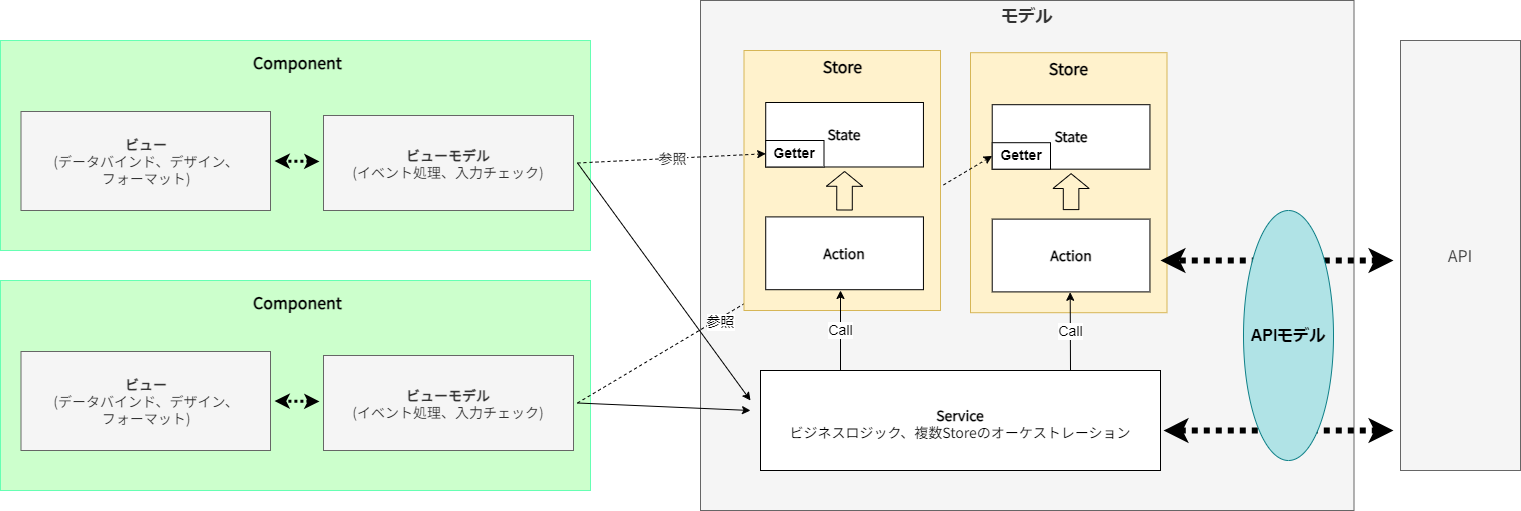
This is documents/contents/images/app-architecture/client-side-rendering/model-component-light.png from AlesInfiny/maris, a draw.io export, as it was before one commit. Source tidied: cells renumbered, new cells last; positions are measured from the earlier drawing's top-left corner, leaving out a move shared by most shapes.
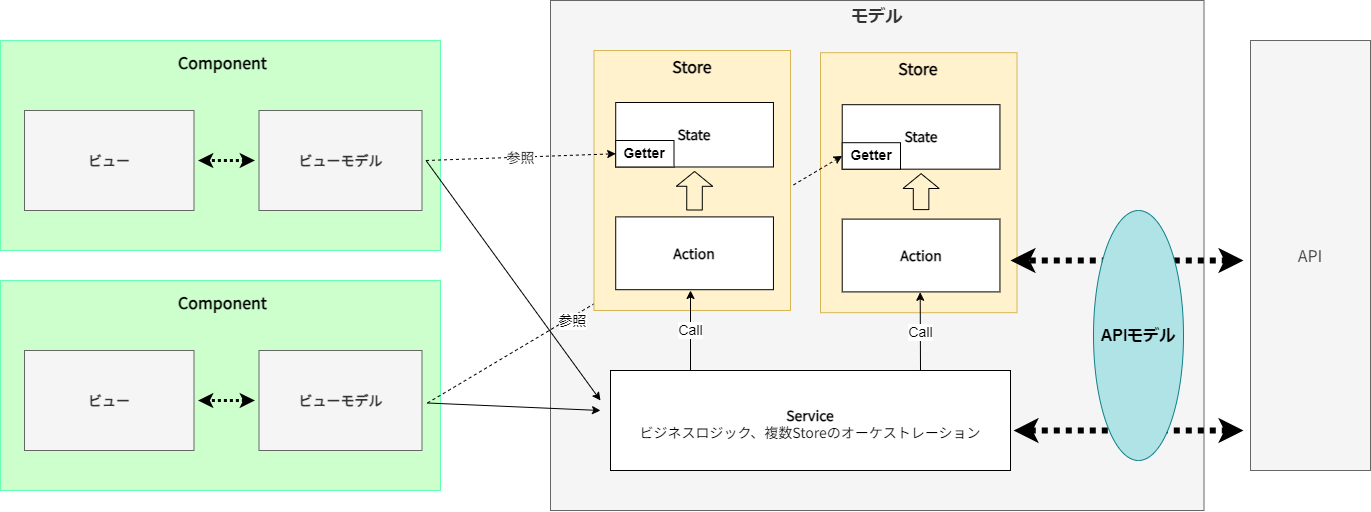
Later version of the same file.

Commit message:
モデルの詳細化に伴い他部分を縮小化

What changed in the source:
```diff
@@ -3,7 +3,7 @@
     <mxCell id="0" />
     <mxCell id="1" parent="0" />
     <mxCell id="2" value="Component" style="rounded=0;whiteSpace=wrap;html=1;align=center;spacingLeft=5;fillColor=#CCFFCC;fontColor=#000000;strokeColor=#66FFB3;verticalAlign=top;fontSize=16;fontFamily=Noto Sans JP;fontSource=https%3A%2F%2Ffonts.googleapis.com%2Fcss%3Ffamily%3DNoto%2BSans%2BJP;fontStyle=1;spacingTop=6;" parent="1" vertex="1">
-      <mxGeometry y="280" width="590" height="210" as="geometry" />
+      <mxGeometry x="150" y="280" width="440" height="210" as="geometry" />
     </mxCell>
     <mxCell id="3" value="モデル" style="rounded=0;whiteSpace=wrap;html=1;fillColor=#f5f5f5;fontColor=#333333;strokeColor=#666666;fontStyle=1;verticalAlign=top;fontSize=17;" parent="1" vertex="1">
       <mxGeometry x="700" width="653.5" height="510" as="geometry" />
@@ -12,13 +12,13 @@
       <mxGeometry x="760" y="370" width="400" height="100" as="geometry" />
     </mxCell>
     <mxCell id="5" value="Component" style="rounded=0;whiteSpace=wrap;html=1;align=center;spacingLeft=5;fillColor=#CCFFCC;fontColor=#000000;strokeColor=#66FFB3;verticalAlign=top;fontSize=16;fontFamily=Noto Sans JP;fontSource=https%3A%2F%2Ffonts.googleapis.com%2Fcss%3Ffamily%3DNoto%2BSans%2BJP;fontStyle=1;spacingTop=6;" parent="1" vertex="1">
-      <mxGeometry y="40" width="590" height="210" as="geometry" />
+      <mxGeometry x="150" y="40" width="440" height="210" as="geometry" />
     </mxCell>
-    <mxCell id="6" value="&lt;b&gt;ビュー&lt;/b&gt;&lt;br style=&quot;font-size: 14px&quot;&gt;(データバインド、デザイン、&lt;br&gt;フォーマット)" style="rounded=0;whiteSpace=wrap;html=1;fontSize=14;fontFamily=Noto Sans JP;fontSource=https%3A%2F%2Ffonts.googleapis.com%2Fcss%3Ffamily%3DNoto%2BSans%2BJP;perimeterSpacing=4;fillColor=#f5f5f5;strokeColor=#666666;fontColor=#333333;" parent="1" vertex="1">
-      <mxGeometry x="20.5" y="111" width="249.5" height="99" as="geometry" />
+    <mxCell id="6" value="&lt;b&gt;ビュー&lt;/b&gt;" style="rounded=0;whiteSpace=wrap;html=1;fontSize=14;fontFamily=Noto Sans JP;fontSource=https%3A%2F%2Ffonts.googleapis.com%2Fcss%3Ffamily%3DNoto%2BSans%2BJP;perimeterSpacing=4;fillColor=#f5f5f5;strokeColor=#666666;fontColor=#333333;" parent="1" vertex="1">
+      <mxGeometry x="174" y="110" width="169.5" height="100" as="geometry" />
     </mxCell>
-    <mxCell id="7" value="&lt;b&gt;ビューモデル&lt;/b&gt;&lt;br style=&quot;font-size: 14px&quot;&gt;(イベント処理、入力チェック)" style="rounded=0;whiteSpace=wrap;html=1;fontSize=14;fontFamily=Noto Sans JP;fontSource=https%3A%2F%2Ffonts.googleapis.com%2Fcss%3Ffamily%3DNoto%2BSans%2BJP;perimeterSpacing=4;fillColor=#f5f5f5;fontColor=#333333;strokeColor=#666666;" parent="1" vertex="1">
-      <mxGeometry x="323" y="115" width="250" height="95" as="geometry" />
+    <mxCell id="7" value="&lt;b&gt;ビューモデル&lt;/b&gt;" style="rounded=0;whiteSpace=wrap;html=1;fontSize=14;fontFamily=Noto Sans JP;fontSource=https%3A%2F%2Ffonts.googleapis.com%2Fcss%3Ffamily%3DNoto%2BSans%2BJP;perimeterSpacing=4;fillColor=#f5f5f5;fontColor=#333333;strokeColor=#666666;" parent="1" vertex="1">
+      <mxGeometry x="408.5" y="110" width="163" height="100" as="geometry" />
     </mxCell>
     <mxCell id="8" style="group;" parent="1" vertex="1">
       <mxGeometry x="970" y="52.2" width="196.5" height="260" as="geometry" />
@@ -38,8 +38,10 @@
     <mxCell id="13" style="shape=flexArrow;endArrow=classic;startArrow=none;html=1;startSize=2;endSize=4.605555555555555;strokeWidth=1;startFill=0;width=15.555555555555555;endWidth=19.727891156462587;entryX=0.5;entryY=1;entryDx=0;entryDy=0;exitX=0.5;exitY=0;exitDx=0;exitDy=0;" parent="8" edge="1" source="11" target="10">
       <mxGeometry relative="1" as="geometry" />
     </mxCell>
-    <mxCell id="14" style="endArrow=classic;html=1;fontSize=14;fontFamily=Noto Sans JP;fontSource=https%3A%2F%2Ffonts.googleapis.com%2Fcss%3Ffamily%3DNoto%2BSans%2BJP;exitX=1;exitY=0.5;exitDx=0;exitDy=0;entryX=0;entryY=0.5;entryDx=0;entryDy=0;dashed=1;" parent="1" edge="1" source="18" target="12">
-      <mxGeometry relative="1" as="geometry" />
+    <mxCell id="14" style="endArrow=classic;html=1;fontSize=14;fontFamily=Noto Sans JP;fontSource=https%3A%2F%2Ffonts.googleapis.com%2Fcss%3Ffamily%3DNoto%2BSans%2BJP;exitX=1;exitY=0.5;exitDx=0;exitDy=0;entryX=0;entryY=0.5;entryDx=0;entryDy=0;dashed=1;" parent="1" edge="1" target="12">
+      <mxGeometry relative="1" as="geometry">
+        <mxPoint x="577" y="402.5" as="sourcePoint" />
+      </mxGeometry>
     </mxCell>
     <mxCell id="15" value="参照" style="edgeLabel;html=1;align=center;verticalAlign=middle;fontSize=14;" parent="14" vertex="1">
       <mxGeometry x="-0.31" y="1" relative="1" as="geometry">
@@ -49,17 +51,9 @@
     <mxCell id="16" style="endArrow=classic;html=1;fontSize=14;fontFamily=Noto Sans JP;fontSource=https%3A%2F%2Ffonts.googleapis.com%2Fcss%3Ffamily%3DNoto%2BSans%2BJP;startArrow=classic;startFill=1;dashed=1;strokeWidth=3;dashPattern=1 1;entryX=1;entryY=0.5;entryDx=0;entryDy=0;" parent="1" edge="1" source="7" target="6">
       <mxGeometry relative="1" as="geometry" />
     </mxCell>
-    <mxCell id="17" value="&lt;b&gt;ビュー&lt;/b&gt;&lt;br style=&quot;font-size: 14px&quot;&gt;(データバインド、デザイン、&lt;br style=&quot;font-size: 14px&quot;&gt;フォーマット)" style="rounded=0;whiteSpace=wrap;html=1;fontSize=14;fontFamily=Noto Sans JP;fontSource=https%3A%2F%2Ffonts.googleapis.com%2Fcss%3Ffamily%3DNoto%2BSans%2BJP;perimeterSpacing=4;fillColor=#f5f5f5;fontColor=#333333;strokeColor=#666666;" parent="1" vertex="1">
-      <mxGeometry x="20.5" y="351" width="249.5" height="99" as="geometry" />
-    </mxCell>
-    <mxCell id="18" value="&lt;b&gt;ビューモデル&lt;/b&gt;&lt;br style=&quot;font-size: 14px&quot;&gt;(イベント処理、入力チェック)" style="rounded=0;whiteSpace=wrap;html=1;fontSize=14;fontFamily=Noto Sans JP;fontSource=https%3A%2F%2Ffonts.googleapis.com%2Fcss%3Ffamily%3DNoto%2BSans%2BJP;perimeterSpacing=4;fillColor=#f5f5f5;fontColor=#333333;strokeColor=#666666;" parent="1" vertex="1">
-      <mxGeometry x="323" y="355" width="250" height="95" as="geometry" />
-    </mxCell>
-    <mxCell id="19" style="endArrow=classic;html=1;fontSize=14;fontFamily=Noto Sans JP;fontSource=https%3A%2F%2Ffonts.googleapis.com%2Fcss%3Ffamily%3DNoto%2BSans%2BJP;startArrow=classic;startFill=1;dashed=1;strokeWidth=3;dashPattern=1 1;entryX=1;entryY=0.5;entryDx=0;entryDy=0;" parent="1" edge="1" source="18" target="17">
-      <mxGeometry relative="1" as="geometry" />
-    </mxCell>
-    <mxCell id="20" style="endArrow=classic;html=1;fontSize=14;fontFamily=Noto Sans JP;fontSource=https%3A%2F%2Ffonts.googleapis.com%2Fcss%3Ffamily%3DNoto%2BSans%2BJP;exitX=1;exitY=0.5;exitDx=0;exitDy=0;" parent="1" edge="1" source="18">
+    <mxCell id="20" style="endArrow=classic;html=1;fontSize=14;fontFamily=Noto Sans JP;fontSource=https%3A%2F%2Ffonts.googleapis.com%2Fcss%3Ffamily%3DNoto%2BSans%2BJP;exitX=1;exitY=0.5;exitDx=0;exitDy=0;" parent="1" edge="1">
       <mxGeometry relative="1" as="geometry">
+        <mxPoint x="577" y="402.5" as="sourcePoint" />
         <mxPoint x="750" y="410" as="targetPoint" />
       </mxGeometry>
     </mxCell>
@@ -120,5 +114,14 @@
     <mxCell id="34" value="API" style="rounded=0;whiteSpace=wrap;html=1;fontSize=16;fillColor=#f5f5f5;strokeColor=#666666;fontFamily=Noto Sans JP;fontSource=https%3A%2F%2Ffonts.googleapis.com%2Fcss%3Ffamily%3DNoto%2BSans%2BJP;fontColor=#333333;" parent="1" vertex="1">
       <mxGeometry x="1400" y="40" width="120" height="430" as="geometry" />
     </mxCell>
+    <mxCell id="35" value="&lt;b&gt;ビュー&lt;/b&gt;" style="rounded=0;whiteSpace=wrap;html=1;fontSize=14;fontFamily=Noto Sans JP;fontSource=https%3A%2F%2Ffonts.googleapis.com%2Fcss%3Ffamily%3DNoto%2BSans%2BJP;perimeterSpacing=4;fillColor=#f5f5f5;strokeColor=#666666;fontColor=#333333;" parent="1" vertex="1">
+      <mxGeometry x="174" y="350" width="169.5" height="100" as="geometry" />
+    </mxCell>
+    <mxCell id="36" value="&lt;b&gt;ビューモデル&lt;/b&gt;" style="rounded=0;whiteSpace=wrap;html=1;fontSize=14;fontFamily=Noto Sans JP;fontSource=https%3A%2F%2Ffonts.googleapis.com%2Fcss%3Ffamily%3DNoto%2BSans%2BJP;perimeterSpacing=4;fillColor=#f5f5f5;fontColor=#333333;strokeColor=#666666;" parent="1" vertex="1">
+      <mxGeometry x="408.5" y="350" width="163" height="100" as="geometry" />
+    </mxCell>
+    <mxCell id="37" style="endArrow=classic;html=1;fontSize=14;fontFamily=Noto Sans JP;fontSource=https%3A%2F%2Ffonts.googleapis.com%2Fcss%3Ffamily%3DNoto%2BSans%2BJP;startArrow=classic;startFill=1;dashed=1;strokeWidth=3;dashPattern=1 1;entryX=1;entryY=0.5;entryDx=0;entryDy=0;" parent="1" edge="1" source="36" target="35">
+      <mxGeometry relative="1" as="geometry" />
+    </mxCell>
   </root>
 </mxGraphModel>
```
